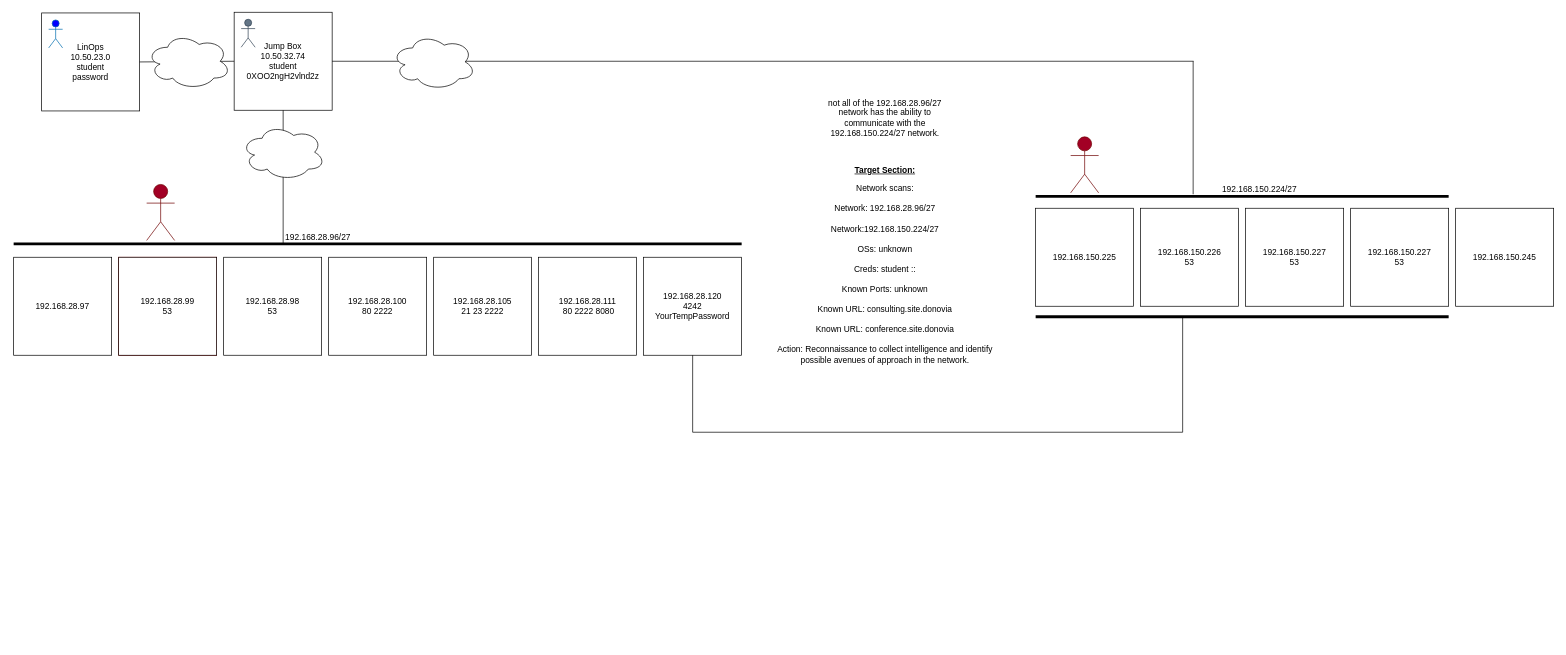
The draw.io diagram page "Page-1" (1 of 5) of Security/Vacca/Security Map.drawio in TheWaltuh/COSC-Notes, before the edit. Source tidied: cells renumbered, new cells numbered last; positions are measured from the earlier drawing's top-left corner, leaving out a move shared by most shapes. Both pictures are drawn from the tidied source at 70%, with x=0, y=0 at pixel (13, 12).
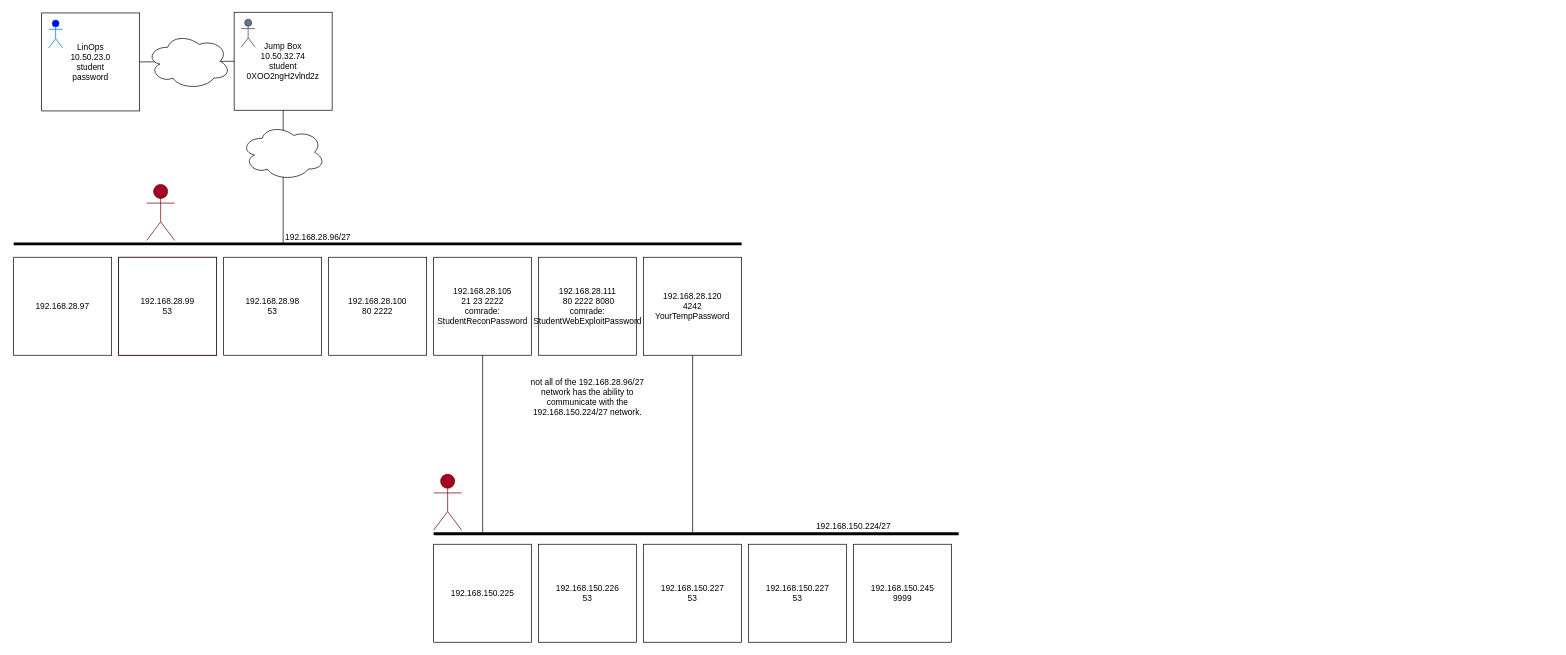
After the change.

Unchanged cells that the change refers to:
```xml
<mxCell id="6" value="&lt;div&gt;Jump Box&lt;br&gt;&lt;/div&gt;&lt;div&gt;10.50.32.74&lt;br&gt;&lt;/div&gt;&lt;div&gt;student&lt;/div&gt;&lt;div&gt;0XOO2ngH2vlnd2z&lt;br&gt;&lt;/div&gt;" style="whiteSpace=wrap;html=1;" parent="5" vertex="1">
  <mxGeometry width="140" height="140" as="geometry" />
</mxCell>
<mxCell id="22" value="&lt;div&gt;192.168.28.120&lt;/div&gt;&lt;div&gt;4242&lt;/div&gt;&lt;div&gt;YourTempPassword&lt;br&gt;&lt;/div&gt;" style="whiteSpace=wrap;html=1;" parent="1" vertex="1">
  <mxGeometry x="900" y="350" width="140" height="140" as="geometry" />
</mxCell>
```

The edit, as a diff of the source:
```diff
@@
     <mxCell id="12" value="not all of the 192.168.28.96/27 network has the ability to communicate with the 192.168.150.224/27 network." style="text;html=1;strokeColor=none;fillColor=none;align=center;verticalAlign=middle;whiteSpace=wrap;rounded=0;" parent="1" vertex="1">
-      <mxGeometry x="1145" y="111" width="200" height="80" as="geometry" />
+      <mxGeometry x="720" y="510" width="200" height="80" as="geometry" />
     </mxCell>
-    <mxCell id="13" value="&lt;p&gt;&lt;b&gt;&lt;u&gt;Target Section:&lt;/u&gt;&lt;/b&gt;&lt;/p&gt;Network scans:&lt;br&gt;&lt;br/&gt;Network: 192.168.28.96/27&lt;br&gt;&lt;br/&gt;Network:192.168.150.224/27&lt;br&gt;&lt;br/&gt;OSs: unknown&lt;br&gt;&lt;br/&gt;Creds: student :: &lt;br&gt;&lt;br/&gt;Known Ports: unknown&lt;br&gt;&lt;br/&gt;Known URL: consulting.site.donovia&lt;br&gt;&lt;br/&gt;Known URL: conference.site.donovia&lt;br&gt;&lt;br/&gt;Action: Reconnaissance to collect intelligence and identify possible avenues of approach in the network." style="text;html=1;strokeColor=none;fillColor=none;align=center;verticalAlign=middle;whiteSpace=wrap;rounded=0;" parent="1" vertex="1">
-      <mxGeometry x="1080" y="160" width="330" height="390" as="geometry" />
-    </mxCell>
@@
-    <mxCell id="20" value="&lt;div&gt;192.168.28.105&lt;/div&gt;21 23 2222" style="whiteSpace=wrap;html=1;" parent="1" vertex="1">
+    <mxCell id="20" value="&lt;div&gt;192.168.28.105&lt;/div&gt;&lt;div&gt;21 23 2222&lt;/div&gt;&lt;div&gt;comrade:&lt;/div&gt;&lt;div&gt;StudentReconPassword&lt;/div&gt;" style="whiteSpace=wrap;html=1;" parent="1" vertex="1">
       <mxGeometry x="600" y="350" width="140" height="140" as="geometry" />
     </mxCell>
-    <mxCell id="21" value="&lt;div&gt;192.168.28.111&lt;/div&gt;&amp;nbsp;80 2222 8080" style="whiteSpace=wrap;html=1;" parent="1" vertex="1">
+    <mxCell id="21" value="&lt;div&gt;192.168.28.111&lt;/div&gt;&lt;div&gt;&amp;nbsp;80 2222 8080&lt;/div&gt;&lt;div&gt;comrade:&lt;/div&gt;&lt;div&gt;StudentWebExploitPassword&lt;/div&gt;" style="whiteSpace=wrap;html=1;" parent="1" vertex="1">
       <mxGeometry x="750" y="350" width="140" height="140" as="geometry" />
     </mxCell>
@@
     <mxCell id="23" style="shape=umlActor;verticalLabelPosition=bottom;verticalAlign=top;html=1;fillColor=#a20025;fontColor=#ffffff;strokeColor=#6F0000;" parent="1" vertex="1">
-      <mxGeometry x="1510" y="178" width="40" height="80" as="geometry" />
+      <mxGeometry x="600" y="660" width="40" height="80" as="geometry" />
     </mxCell>
@@
-    <mxCell id="25" style="endArrow=none;html=1;rounded=0;exitX=1;exitY=0.5;exitDx=0;exitDy=0;" parent="1" edge="1" source="6">
-      <mxGeometry relative="1" as="geometry">
-        <mxPoint x="1685.7" y="70" as="targetPoint" />
-      </mxGeometry>
-    </mxCell>
-    <mxCell id="26" style="endArrow=none;html=1;rounded=0;entryX=0.5;entryY=1;entryDx=0;entryDy=0;" parent="1" edge="1">
-      <mxGeometry relative="1" as="geometry">
-        <mxPoint x="1685" y="260" as="sourcePoint" />
-        <mxPoint x="1685" y="70" as="targetPoint" />
-      </mxGeometry>
-    </mxCell>
-    <mxCell id="27" style="line;strokeWidth=4;html=1;perimeter=backbonePerimeter;" parent="1" vertex="1">
-      <mxGeometry x="1460" y="258" width="590" height="10" as="geometry" />
-    </mxCell>
     <mxCell id="28" value="192.168.150.225" style="whiteSpace=wrap;html=1;" parent="1" vertex="1">
-      <mxGeometry x="1460" y="280" width="140" height="140" as="geometry" />
+      <mxGeometry x="600" y="760" width="140" height="140" as="geometry" />
     </mxCell>
     <mxCell id="29" value="&lt;div&gt;192.168.150.226&lt;/div&gt;&lt;div&gt;53&lt;/div&gt;" style="whiteSpace=wrap;html=1;" parent="1" vertex="1">
-      <mxGeometry x="1610" y="280" width="140" height="140" as="geometry" />
+      <mxGeometry x="750" y="760" width="140" height="140" as="geometry" />
     </mxCell>
     <mxCell id="30" value="&lt;div&gt;192.168.150.227&lt;/div&gt;&lt;div&gt;53&lt;br&gt;&lt;/div&gt;" style="whiteSpace=wrap;html=1;" parent="1" vertex="1">
-      <mxGeometry x="1760" y="280" width="140" height="140" as="geometry" />
+      <mxGeometry x="900" y="760" width="140" height="140" as="geometry" />
     </mxCell>
@@
-    <mxCell id="32" style="ellipse;shape=cloud;whiteSpace=wrap;html=1;" parent="1" vertex="1">
-      <mxGeometry x="540" y="31" width="120" height="80" as="geometry" />
-    </mxCell>
-    <mxCell id="33" style="endArrow=none;html=1;rounded=0;entryX=0.5;entryY=1;entryDx=0;entryDy=0;" parent="1" edge="1" target="22">
-      <mxGeometry relative="1" as="geometry">
-        <mxPoint x="970" y="600" as="sourcePoint" />
-      </mxGeometry>
+    <mxCell id="33" style="endArrow=none;html=1;rounded=0;entryX=0.5;entryY=1;entryDx=0;entryDy=0;" parent="1" edge="1" source="35" target="22">
+      <mxGeometry relative="1" as="geometry" />
     </mxCell>
-    <mxCell id="34" style="endArrow=none;html=1;rounded=0;" parent="1" edge="1">
-      <mxGeometry relative="1" as="geometry">
-        <mxPoint x="970" y="600" as="sourcePoint" />
-        <mxPoint x="1670" y="600" as="targetPoint" />
-      </mxGeometry>
-    </mxCell>
     <mxCell id="35" style="line;strokeWidth=4;html=1;perimeter=backbonePerimeter;points=[];outlineConnect=0;" parent="1" vertex="1">
-      <mxGeometry x="1460" y="430" width="590" height="10" as="geometry" />
+      <mxGeometry x="600" y="740" width="750" height="10" as="geometry" />
     </mxCell>
-    <mxCell id="36" style="endArrow=none;html=1;rounded=0;" parent="1" edge="1" target="35">
-      <mxGeometry relative="1" as="geometry">
-        <mxPoint x="1670" y="600" as="sourcePoint" />
-      </mxGeometry>
-    </mxCell>
     <mxCell id="37" value="&lt;div&gt;192.168.150.227&lt;/div&gt;&lt;div&gt;53&lt;br&gt;&lt;/div&gt;" style="whiteSpace=wrap;html=1;" parent="1" vertex="1">
-      <mxGeometry x="1910" y="280" width="140" height="140" as="geometry" />
+      <mxGeometry x="1050" y="760" width="140" height="140" as="geometry" />
     </mxCell>
     <mxCell id="38" value="192.168.150.224/27" style="text;html=1;strokeColor=none;fillColor=none;align=center;verticalAlign=middle;whiteSpace=wrap;rounded=0;" parent="1" vertex="1">
-      <mxGeometry x="1750" y="238" width="60" height="30" as="geometry" />
+      <mxGeometry x="1170" y="720" width="60" height="30" as="geometry" />
     </mxCell>
-    <mxCell id="39" value="&lt;div&gt;192.168.150.245&lt;/div&gt;" style="whiteSpace=wrap;html=1;" parent="1" vertex="1">
-      <mxGeometry x="2060" y="280" width="140" height="140" as="geometry" />
+    <mxCell id="39" value="&lt;div&gt;192.168.150.245&lt;/div&gt;&lt;div&gt;9999&lt;br&gt;&lt;/div&gt;" style="whiteSpace=wrap;html=1;" parent="1" vertex="1">
+      <mxGeometry x="1200" y="760" width="140" height="140" as="geometry" />
     </mxCell>
+    <mxCell id="40" style="endArrow=none;html=1;rounded=0;entryX=0.5;entryY=1;entryDx=0;entryDy=0;" parent="1" edge="1" source="35" target="20">
+      <mxGeometry relative="1" as="geometry" />
+    </mxCell>
```
